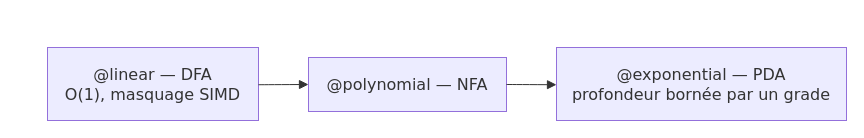
Above: spec/figures/sources/rexp-hierarchy-complexity.drawio in AntheaLiles/k7pl (draw.io), before the change. Source tidied: cells renumbered, new cells numbered last; positions are measured from the earlier drawing's top-left corner, leaving out a move shared by most shapes. Both pictures are drawn from the tidied source at 100%, with x=0, y=0 at pixel (17, 17).
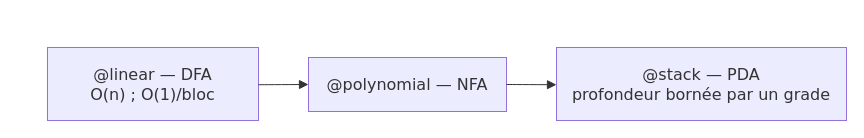
The same diagram, later.

What changed in the source:
```diff
@@
 <mxGraphModel>
   <root>
     <mxCell id="0" />
     <mxCell id="1" parent="0" />
     <mxCell id="2" style="group;transparentBounds=1;editIcon=1;lockedGroup=0;groupPadding=10;" parent="1" vertex="1">
       <mxGeometry as="geometry" />
     </mxCell>
-    <mxCell id="3" value="@linear — DFA&#10;O(1), masquage SIMD" style="html=1;whiteSpace=wrap;strokeWidth=1;fillColor=light-dark(#ECECFF,#1f2020);strokeColor=light-dark(#9370DB,#cccccc);fontColor=light-dark(#333333,#cccccc);fontFamily=Trebuchet MS,Verdana,Arial,sans-serif;fontSize=16;" parent="2" vertex="1">
+    <mxCell id="3" value="@linear — DFA&#10;O(n) ; O(1)/bloc" style="html=1;whiteSpace=wrap;strokeWidth=1;fillColor=light-dark(#ECECFF,#1f2020);strokeColor=light-dark(#9370DB,#cccccc);fontColor=light-dark(#333333,#cccccc);fontFamily=Trebuchet MS,Verdana,Arial,sans-serif;fontSize=16;" parent="2" vertex="1">
       <mxGeometry x="30" y="30" width="211" height="73" as="geometry" />
     </mxCell>
     <mxCell id="4" value="@polynomial — NFA" style="html=1;whiteSpace=wrap;strokeWidth=1;fillColor=light-dark(#ECECFF,#1f2020);strokeColor=light-dark(#9370DB,#cccccc);fontColor=light-dark(#333333,#cccccc);fontFamily=Trebuchet MS,Verdana,Arial,sans-serif;fontSize=16;" parent="2" vertex="1">
       <mxGeometry x="291" y="40" width="198" height="54" as="geometry" />
     </mxCell>
-    <mxCell id="5" value="@exponential — PDA&#10;profondeur bornée par un grade" style="html=1;whiteSpace=wrap;strokeWidth=1;fillColor=light-dark(#ECECFF,#1f2020);strokeColor=light-dark(#9370DB,#cccccc);fontColor=light-dark(#333333,#cccccc);fontFamily=Trebuchet MS,Verdana,Arial,sans-serif;fontSize=16;" parent="2" vertex="1">
+    <mxCell id="5" value="@stack — PDA&#10;profondeur bornée par un grade" style="html=1;whiteSpace=wrap;strokeWidth=1;fillColor=light-dark(#ECECFF,#1f2020);strokeColor=light-dark(#9370DB,#cccccc);fontColor=light-dark(#333333,#cccccc);fontFamily=Trebuchet MS,Verdana,Arial,sans-serif;fontSize=16;" parent="2" vertex="1">
       <mxGeometry x="539" y="30" width="290" height="73" as="geometry" />
     </mxCell>
     <mxCell id="6" style="curved=1;startArrow=none;endArrow=block;endSize=7;strokeColor=light-dark(#333333,#cccccc);exitX=1;exitY=0.51;entryX=0;entryY=0.5;rounded=0;" parent="2" edge="1" source="3" target="4">
       <mxGeometry relative="1" as="geometry" />
     </mxCell>
     <mxCell id="7" style="curved=1;startArrow=none;endArrow=block;endSize=7;strokeColor=light-dark(#333333,#cccccc);exitX=1;exitY=0.5;entryX=0;entryY=0.51;rounded=0;" parent="2" edge="1" source="4" target="5">
       <mxGeometry relative="1" as="geometry" />
     </mxCell>
   </root>
 </mxGraphModel>
```
